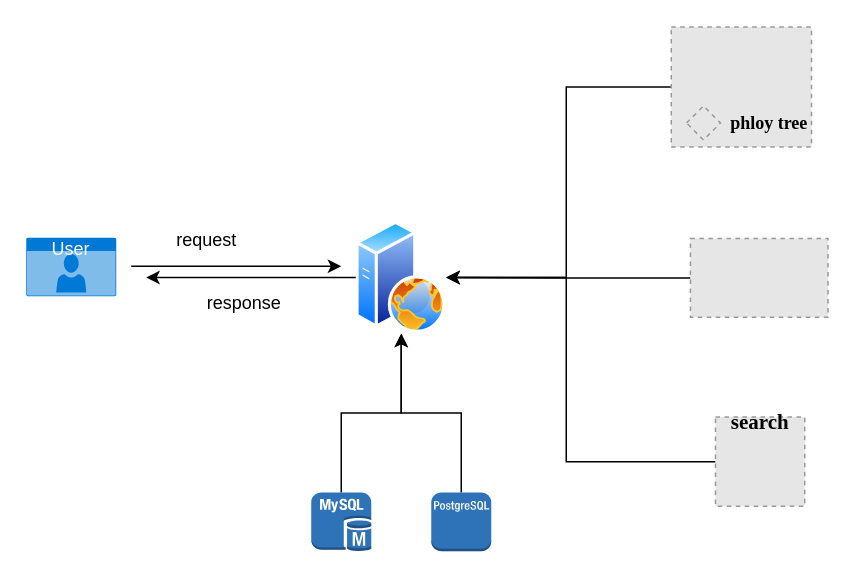
The draw.io diagram notes/未命名绘图.drawio in Jiangjao/bioinformatics, before the edit. Source tidied: cells renumbered, new cells numbered last; positions are measured from the earlier drawing's top-left corner, leaving out a move shared by most shapes. Both pictures are drawn from the tidied source at 150%, with x=0, y=0 at pixel (26, 26). Pictures stored in the file or linked from it are replaced by grey dashed boxes.
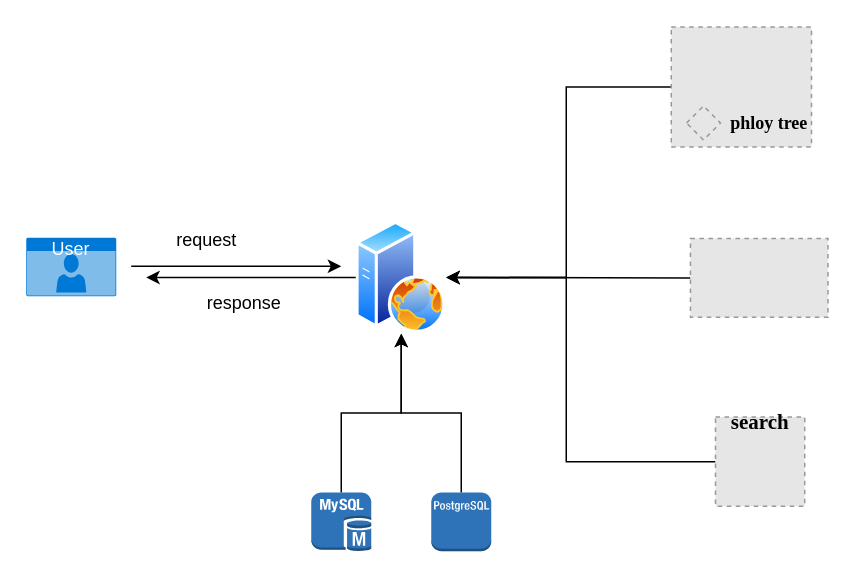
The same page after the edit.

Commit message:
更新未命名绘图.drawio

The change refers to these unchanged cells:
```xml
<mxCell id="6" style="image;perimeter=ellipsePerimeter;html=1;align=center;shadow=0;dashed=0;spacingTop=3;image=img/lib/active_directory/web_server.svg;" parent="1" vertex="1">
  <mxGeometry x="220" y="130" width="60" height="75" as="geometry" />
</mxCell>
<mxCell id="13" style="fillColor=#E6E6E6;strokeColor=#999999;dashed=1;verticalLabelPosition=bottom;labelBackgroundColor=default;verticalAlign=top;" parent="1" vertex="1">
  <mxGeometry x="430" y="0.5" width="93.5" height="80" as="geometry" />
</mxCell>
<mxCell id="17" style="fillColor=#E6E6E6;strokeColor=#999999;dashed=1;verticalLabelPosition=bottom;labelBackgroundColor=default;verticalAlign=top;" parent="1" vertex="1">
  <mxGeometry x="442.8" y="141.5" width="91.7" height="52.5" as="geometry" />
</mxCell>
<mxCell id="20" style="fillColor=#E6E6E6;strokeColor=#999999;dashed=1;verticalLabelPosition=bottom;labelBackgroundColor=default;verticalAlign=top;" parent="1" vertex="1">
  <mxGeometry x="459.5" y="260.5" width="59.5" height="59.5" as="geometry" />
</mxCell>
```

Change to the diagram source:
```diff
@@
-    <mxCell id="11" style="outlineConnect=0;dashed=0;verticalLabelPosition=bottom;verticalAlign=top;align=center;html=1;shape=mxgraph.aws3.postgre_sql_instance;fillColor=#2E73B8;gradientColor=none;" parent="1" vertex="1">
+    <mxCell id="11" style="outlineConnect=0;dashed=0;verticalLabelPosition=bottom;verticalAlign=top;align=center;html=1;shape=mxgraph.aws3.postgre_sql_instance;fillColor=#2E73B8;gradientColor=none;strokeColor=#6166FF;" parent="1" vertex="1">
       <mxGeometry x="270" y="310.8" width="40" height="39.2" as="geometry" />
     </mxCell>
     <mxCell id="12" style="edgeStyle=orthogonalEdgeStyle;rounded=0;jettySize=auto;html=1;entryX=1;entryY=0.5;entryDx=0;entryDy=0;" parent="1" edge="1" source="13" target="6">
       <mxGeometry relative="1" as="geometry">
         <Array as="points">
-          <mxPoint x="360" y="40" />
+          <mxPoint x="360" y="41" />
           <mxPoint x="360" y="168" />
         </Array>
       </mxGeometry>
     </mxCell>
@@
-    <mxCell id="16" style="edgeStyle=orthogonalEdgeStyle;rounded=0;jettySize=auto;html=1;entryX=1;entryY=0.5;entryDx=0;entryDy=0;" parent="1" edge="1" source="17" target="6">
+    <mxCell id="16" style="edgeStyle=orthogonalEdgeStyle;rounded=0;jettySize=auto;html=1;entryX=1;entryY=0.5;entryDx=0;entryDy=0;curved=1;" parent="1" edge="1" source="17" target="6">
       <mxGeometry relative="1" as="geometry" />
     </mxCell>
@@
     <mxCell id="18" style="edgeStyle=orthogonalEdgeStyle;rounded=0;jettySize=auto;html=1;entryX=1;entryY=0.5;entryDx=0;entryDy=0;" parent="1" edge="1" source="20" target="6">
       <mxGeometry relative="1" as="geometry">
         <Array as="points">
           <mxPoint x="360" y="290" />
-          <mxPoint x="360" y="168" />
+          <mxPoint x="360" y="167" />
         </Array>
       </mxGeometry>
     </mxCell>
```
